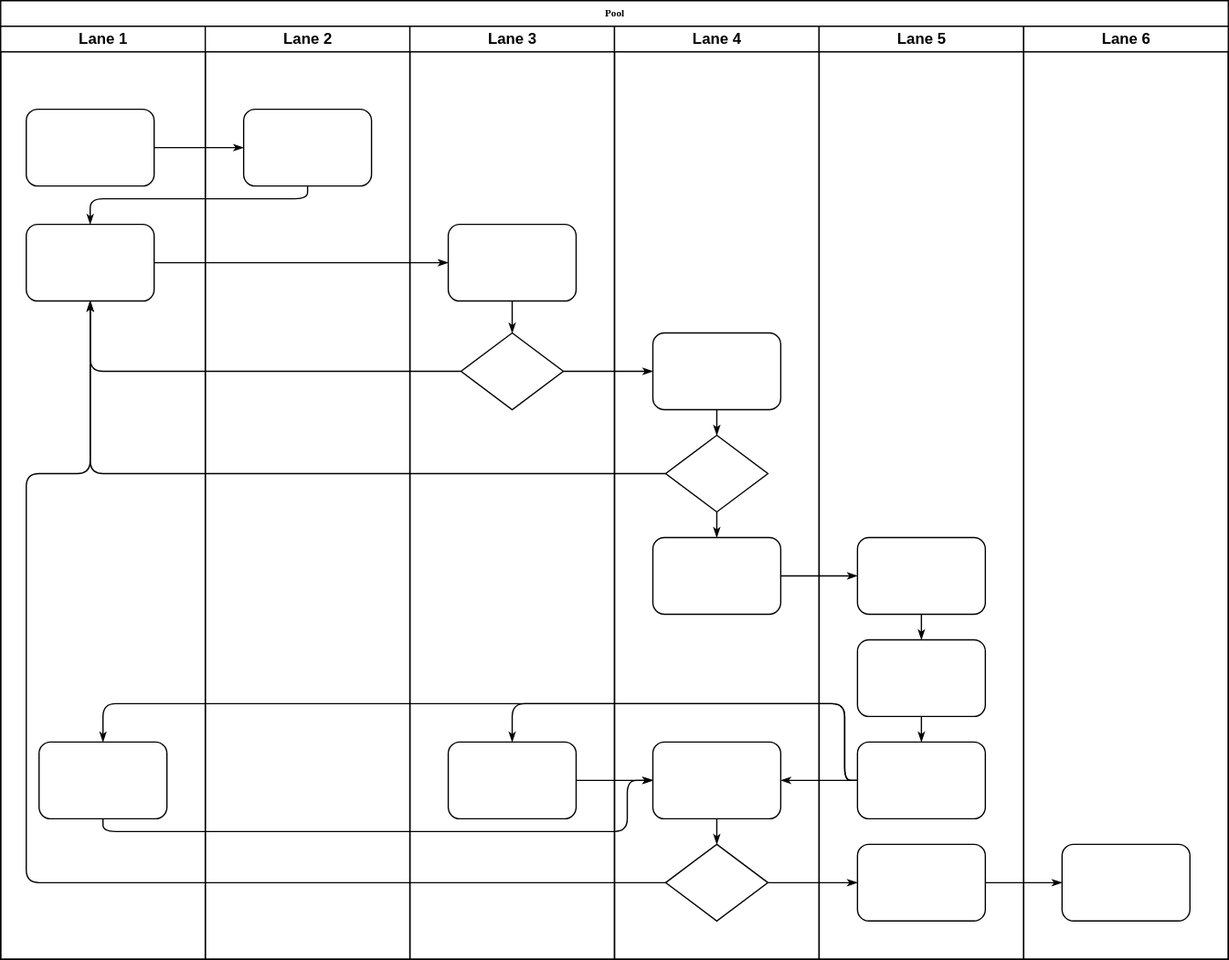
This is 未命名绘图.drawio.svg from shenkongzhixia/math, a draw.io export, as it was before one commit. Source tidied: cells renumbered, new cells last; positions are measured from the earlier drawing's top-left corner, leaving out a move shared by most shapes. Its diagram source:
```xml
<mxGraphModel>
  <root>
    <mxCell id="0" />
    <mxCell id="1" parent="0" />
    <mxCell id="2" value="Pool" style="swimlane;html=1;startSize=20;rounded=0;shadow=0;labelBackgroundColor=none;strokeWidth=1;fontFamily=Verdana;fontSize=8;align=center;" parent="1" vertex="1">
      <mxGeometry width="960" height="750" as="geometry" />
    </mxCell>
    <mxCell id="3" value="Lane 1" style="swimlane;html=1;startSize=20;" parent="2" vertex="1">
      <mxGeometry y="20" width="160" height="730" as="geometry" />
    </mxCell>
    <mxCell id="4" style="rounded=1;whiteSpace=wrap;html=1;shadow=0;labelBackgroundColor=none;strokeWidth=1;fontFamily=Verdana;fontSize=8;align=center;" parent="3" vertex="1">
      <mxGeometry x="20" y="65" width="100" height="60" as="geometry" />
    </mxCell>
    <mxCell id="5" style="rounded=1;whiteSpace=wrap;html=1;shadow=0;labelBackgroundColor=none;strokeWidth=1;fontFamily=Verdana;fontSize=8;align=center;" parent="3" vertex="1">
      <mxGeometry x="20" y="155" width="100" height="60" as="geometry" />
    </mxCell>
    <mxCell id="6" style="rounded=1;whiteSpace=wrap;html=1;shadow=0;labelBackgroundColor=none;strokeWidth=1;fontFamily=Verdana;fontSize=8;align=center;" parent="3" vertex="1">
      <mxGeometry x="30" y="560" width="100" height="60" as="geometry" />
    </mxCell>
    <mxCell id="7" style="edgeStyle=orthogonalEdgeStyle;rounded=1;html=1;labelBackgroundColor=none;startArrow=none;startFill=0;startSize=5;endArrow=classicThin;endFill=1;endSize=5;jettySize=auto;strokeWidth=1;fontFamily=Verdana;fontSize=8;" parent="2" edge="1" source="4" target="23">
      <mxGeometry relative="1" as="geometry" />
    </mxCell>
    <mxCell id="8" style="edgeStyle=orthogonalEdgeStyle;rounded=1;html=1;labelBackgroundColor=none;startArrow=none;startFill=0;startSize=5;endArrow=classicThin;endFill=1;endSize=5;jettySize=auto;strokeWidth=1;fontFamily=Verdana;fontSize=8;" parent="2" edge="1" source="23" target="5">
      <mxGeometry relative="1" as="geometry">
        <Array as="points">
          <mxPoint x="240" y="155" />
          <mxPoint x="70" y="155" />
        </Array>
      </mxGeometry>
    </mxCell>
    <mxCell id="9" style="edgeStyle=orthogonalEdgeStyle;rounded=1;html=1;labelBackgroundColor=none;startArrow=none;startFill=0;startSize=5;endArrow=classicThin;endFill=1;endSize=5;jettySize=auto;strokeWidth=1;fontFamily=Verdana;fontSize=8;" parent="2" edge="1" source="5" target="25">
      <mxGeometry relative="1" as="geometry" />
    </mxCell>
    <mxCell id="10" style="edgeStyle=orthogonalEdgeStyle;rounded=1;html=1;labelBackgroundColor=none;startArrow=none;startFill=0;startSize=5;endArrow=classicThin;endFill=1;endSize=5;jettySize=auto;strokeWidth=1;fontFamily=Verdana;fontSize=8;" parent="2" edge="1" source="26" target="5">
      <mxGeometry relative="1" as="geometry" />
    </mxCell>
    <mxCell id="11" style="edgeStyle=orthogonalEdgeStyle;rounded=1;html=1;labelBackgroundColor=none;startArrow=none;startFill=0;startSize=5;endArrow=classicThin;endFill=1;endSize=5;jettySize=auto;strokeWidth=1;fontFamily=Verdana;fontSize=8;" parent="2" edge="1" source="31" target="5">
      <mxGeometry relative="1" as="geometry" />
    </mxCell>
    <mxCell id="12" style="edgeStyle=orthogonalEdgeStyle;rounded=1;html=1;labelBackgroundColor=none;startArrow=none;startFill=0;startSize=5;endArrow=classicThin;endFill=1;endSize=5;jettySize=auto;strokeWidth=1;fontFamily=Verdana;fontSize=8;" parent="2" edge="1" source="34" target="5">
      <mxGeometry relative="1" as="geometry">
        <Array as="points">
          <mxPoint x="20" y="690" />
          <mxPoint x="20" y="370" />
          <mxPoint x="70" y="370" />
        </Array>
      </mxGeometry>
    </mxCell>
    <mxCell id="13" style="edgeStyle=orthogonalEdgeStyle;rounded=1;html=1;labelBackgroundColor=none;startArrow=none;startFill=0;startSize=5;endArrow=classicThin;endFill=1;endSize=5;jettySize=auto;strokeWidth=1;fontFamily=Verdana;fontSize=8;" parent="2" edge="1" source="26" target="30">
      <mxGeometry relative="1" as="geometry" />
    </mxCell>
    <mxCell id="14" style="edgeStyle=orthogonalEdgeStyle;rounded=1;html=1;labelBackgroundColor=none;startArrow=none;startFill=0;startSize=5;endArrow=classicThin;endFill=1;endSize=5;jettySize=auto;strokeWidth=1;fontFamily=Verdana;fontSize=8;" parent="2" edge="1" source="34" target="42">
      <mxGeometry relative="1" as="geometry" />
    </mxCell>
    <mxCell id="15" style="edgeStyle=orthogonalEdgeStyle;rounded=1;html=1;labelBackgroundColor=none;startArrow=none;startFill=0;startSize=5;endArrow=classicThin;endFill=1;endSize=5;jettySize=auto;strokeWidth=1;fontFamily=Verdana;fontSize=8;" parent="2" edge="1" source="42" target="46">
      <mxGeometry relative="1" as="geometry" />
    </mxCell>
    <mxCell id="16" style="edgeStyle=orthogonalEdgeStyle;rounded=1;html=1;labelBackgroundColor=none;startArrow=none;startFill=0;startSize=5;endArrow=classicThin;endFill=1;endSize=5;jettySize=auto;strokeWidth=1;fontFamily=Verdana;fontSize=8;" parent="2" edge="1" source="32" target="39">
      <mxGeometry relative="1" as="geometry" />
    </mxCell>
    <mxCell id="17" style="edgeStyle=orthogonalEdgeStyle;rounded=1;html=1;labelBackgroundColor=none;startArrow=none;startFill=0;startSize=5;endArrow=classicThin;endFill=1;endSize=5;jettySize=auto;strokeWidth=1;fontFamily=Verdana;fontSize=8;" parent="2" edge="1" source="41" target="27">
      <mxGeometry relative="1" as="geometry">
        <Array as="points">
          <mxPoint x="660" y="610" />
          <mxPoint x="660" y="550" />
          <mxPoint x="400" y="550" />
        </Array>
      </mxGeometry>
    </mxCell>
    <mxCell id="18" style="edgeStyle=orthogonalEdgeStyle;rounded=1;html=1;labelBackgroundColor=none;startArrow=none;startFill=0;startSize=5;endArrow=classicThin;endFill=1;endSize=5;jettySize=auto;strokeColor=#000000;strokeWidth=1;fontFamily=Verdana;fontSize=8;fontColor=#000000;" parent="2" edge="1" source="41" target="33">
      <mxGeometry relative="1" as="geometry" />
    </mxCell>
    <mxCell id="19" style="edgeStyle=orthogonalEdgeStyle;rounded=1;html=1;labelBackgroundColor=none;startArrow=none;startFill=0;startSize=5;endArrow=classicThin;endFill=1;endSize=5;jettySize=auto;strokeWidth=1;fontFamily=Verdana;fontSize=8;" parent="2" edge="1" source="41" target="6">
      <mxGeometry relative="1" as="geometry">
        <Array as="points">
          <mxPoint x="660" y="610" />
          <mxPoint x="660" y="550" />
          <mxPoint x="80" y="550" />
        </Array>
      </mxGeometry>
    </mxCell>
    <mxCell id="20" style="edgeStyle=orthogonalEdgeStyle;rounded=1;html=1;labelBackgroundColor=none;startArrow=none;startFill=0;startSize=5;endArrow=classicThin;endFill=1;endSize=5;jettySize=auto;strokeWidth=1;fontFamily=Verdana;fontSize=8;" parent="2" edge="1" source="6" target="33">
      <mxGeometry relative="1" as="geometry">
        <Array as="points">
          <mxPoint x="80" y="650" />
          <mxPoint x="490" y="650" />
          <mxPoint x="490" y="610" />
        </Array>
      </mxGeometry>
    </mxCell>
    <mxCell id="21" style="edgeStyle=orthogonalEdgeStyle;rounded=1;html=1;labelBackgroundColor=none;startArrow=none;startFill=0;startSize=5;endArrow=classicThin;endFill=1;endSize=5;jettySize=auto;strokeWidth=1;fontFamily=Verdana;fontSize=8;" parent="2" edge="1" source="27" target="33">
      <mxGeometry relative="1" as="geometry" />
    </mxCell>
    <mxCell id="22" value="Lane 2" style="swimlane;html=1;startSize=20;" parent="2" vertex="1">
      <mxGeometry x="160" y="20" width="160" height="730" as="geometry" />
    </mxCell>
    <mxCell id="23" style="rounded=1;whiteSpace=wrap;html=1;shadow=0;labelBackgroundColor=none;strokeWidth=1;fontFamily=Verdana;fontSize=8;align=center;" parent="22" vertex="1">
      <mxGeometry x="30" y="65" width="100" height="60" as="geometry" />
    </mxCell>
    <mxCell id="24" value="Lane 3" style="swimlane;html=1;startSize=20;" parent="2" vertex="1">
      <mxGeometry x="320" y="20" width="160" height="730" as="geometry" />
    </mxCell>
    <mxCell id="25" style="rounded=1;whiteSpace=wrap;html=1;shadow=0;labelBackgroundColor=none;strokeWidth=1;fontFamily=Verdana;fontSize=8;align=center;" parent="24" vertex="1">
      <mxGeometry x="30" y="155" width="100" height="60" as="geometry" />
    </mxCell>
    <mxCell id="26" style="rhombus;whiteSpace=wrap;html=1;rounded=0;shadow=0;labelBackgroundColor=none;strokeWidth=1;fontFamily=Verdana;fontSize=8;align=center;" parent="24" vertex="1">
      <mxGeometry x="40" y="240" width="80" height="60" as="geometry" />
    </mxCell>
    <mxCell id="27" style="rounded=1;whiteSpace=wrap;html=1;shadow=0;labelBackgroundColor=none;strokeWidth=1;fontFamily=Verdana;fontSize=8;align=center;" parent="24" vertex="1">
      <mxGeometry x="30" y="560" width="100" height="60" as="geometry" />
    </mxCell>
    <mxCell id="28" style="edgeStyle=orthogonalEdgeStyle;rounded=1;html=1;labelBackgroundColor=none;startArrow=none;startFill=0;startSize=5;endArrow=classicThin;endFill=1;endSize=5;jettySize=auto;strokeWidth=1;fontFamily=Verdana;fontSize=8;" parent="24" edge="1" source="25" target="26">
      <mxGeometry relative="1" as="geometry" />
    </mxCell>
    <mxCell id="29" value="Lane 4" style="swimlane;html=1;startSize=20;" parent="2" vertex="1">
      <mxGeometry x="480" y="20" width="160" height="730" as="geometry" />
    </mxCell>
    <mxCell id="30" style="rounded=1;whiteSpace=wrap;html=1;shadow=0;labelBackgroundColor=none;strokeWidth=1;fontFamily=Verdana;fontSize=8;align=center;" parent="29" vertex="1">
      <mxGeometry x="30" y="240" width="100" height="60" as="geometry" />
    </mxCell>
    <mxCell id="31" style="rhombus;whiteSpace=wrap;html=1;rounded=0;shadow=0;labelBackgroundColor=none;strokeWidth=1;fontFamily=Verdana;fontSize=8;align=center;" parent="29" vertex="1">
      <mxGeometry x="40" y="320" width="80" height="60" as="geometry" />
    </mxCell>
    <mxCell id="32" style="rounded=1;whiteSpace=wrap;html=1;shadow=0;labelBackgroundColor=none;strokeWidth=1;fontFamily=Verdana;fontSize=8;align=center;" parent="29" vertex="1">
      <mxGeometry x="30" y="400" width="100" height="60" as="geometry" />
    </mxCell>
    <mxCell id="33" style="rounded=1;whiteSpace=wrap;html=1;shadow=0;labelBackgroundColor=none;strokeWidth=1;fontFamily=Verdana;fontSize=8;align=center;" parent="29" vertex="1">
      <mxGeometry x="30" y="560" width="100" height="60" as="geometry" />
    </mxCell>
    <mxCell id="34" style="rhombus;whiteSpace=wrap;html=1;rounded=0;shadow=0;labelBackgroundColor=none;strokeWidth=1;fontFamily=Verdana;fontSize=8;align=center;" parent="29" vertex="1">
      <mxGeometry x="40" y="640" width="80" height="60" as="geometry" />
    </mxCell>
    <mxCell id="35" style="edgeStyle=orthogonalEdgeStyle;rounded=1;html=1;labelBackgroundColor=none;startArrow=none;startFill=0;startSize=5;endArrow=classicThin;endFill=1;endSize=5;jettySize=auto;strokeColor=#000000;strokeWidth=1;fontFamily=Verdana;fontSize=8;fontColor=#000000;" parent="29" edge="1" source="30" target="31">
      <mxGeometry relative="1" as="geometry" />
    </mxCell>
    <mxCell id="36" style="edgeStyle=orthogonalEdgeStyle;rounded=1;html=1;labelBackgroundColor=none;startArrow=none;startFill=0;startSize=5;endArrow=classicThin;endFill=1;endSize=5;jettySize=auto;strokeWidth=1;fontFamily=Verdana;fontSize=8;" parent="29" edge="1" source="31" target="32">
      <mxGeometry relative="1" as="geometry" />
    </mxCell>
    <mxCell id="37" style="edgeStyle=orthogonalEdgeStyle;rounded=1;html=1;labelBackgroundColor=none;startArrow=none;startFill=0;startSize=5;endArrow=classicThin;endFill=1;endSize=5;jettySize=auto;strokeWidth=1;fontFamily=Verdana;fontSize=8;" parent="29" edge="1" source="33" target="34">
      <mxGeometry relative="1" as="geometry" />
    </mxCell>
    <mxCell id="38" value="Lane 5" style="swimlane;html=1;startSize=20;" parent="2" vertex="1">
      <mxGeometry x="640" y="20" width="160" height="730" as="geometry" />
    </mxCell>
    <mxCell id="39" style="rounded=1;whiteSpace=wrap;html=1;shadow=0;labelBackgroundColor=none;strokeWidth=1;fontFamily=Verdana;fontSize=8;align=center;" parent="38" vertex="1">
      <mxGeometry x="30" y="400" width="100" height="60" as="geometry" />
    </mxCell>
    <mxCell id="40" style="rounded=1;whiteSpace=wrap;html=1;shadow=0;labelBackgroundColor=none;strokeWidth=1;fontFamily=Verdana;fontSize=8;align=center;" parent="38" vertex="1">
      <mxGeometry x="30" y="480" width="100" height="60" as="geometry" />
    </mxCell>
    <mxCell id="41" style="rounded=1;whiteSpace=wrap;html=1;shadow=0;labelBackgroundColor=none;strokeWidth=1;fontFamily=Verdana;fontSize=8;align=center;" parent="38" vertex="1">
      <mxGeometry x="30" y="560" width="100" height="60" as="geometry" />
    </mxCell>
    <mxCell id="42" style="rounded=1;whiteSpace=wrap;html=1;shadow=0;labelBackgroundColor=none;strokeWidth=1;fontFamily=Verdana;fontSize=8;align=center;" parent="38" vertex="1">
      <mxGeometry x="30" y="640" width="100" height="60" as="geometry" />
    </mxCell>
    <mxCell id="43" style="edgeStyle=orthogonalEdgeStyle;rounded=1;html=1;labelBackgroundColor=none;startArrow=none;startFill=0;startSize=5;endArrow=classicThin;endFill=1;endSize=5;jettySize=auto;strokeWidth=1;fontFamily=Verdana;fontSize=8;" parent="38" edge="1" source="39" target="40">
      <mxGeometry relative="1" as="geometry" />
    </mxCell>
    <mxCell id="44" style="edgeStyle=orthogonalEdgeStyle;rounded=1;html=1;labelBackgroundColor=none;startArrow=none;startFill=0;startSize=5;endArrow=classicThin;endFill=1;endSize=5;jettySize=auto;strokeWidth=1;fontFamily=Verdana;fontSize=8;" parent="38" edge="1" source="40" target="41">
      <mxGeometry relative="1" as="geometry" />
    </mxCell>
    <mxCell id="45" value="Lane 6" style="swimlane;html=1;startSize=20;" parent="2" vertex="1">
      <mxGeometry x="800" y="20" width="160" height="730" as="geometry" />
    </mxCell>
    <mxCell id="46" style="rounded=1;whiteSpace=wrap;html=1;shadow=0;labelBackgroundColor=none;strokeWidth=1;fontFamily=Verdana;fontSize=8;align=center;" parent="45" vertex="1">
      <mxGeometry x="30" y="640" width="100" height="60" as="geometry" />
    </mxCell>
  </root>
</mxGraphModel>
```
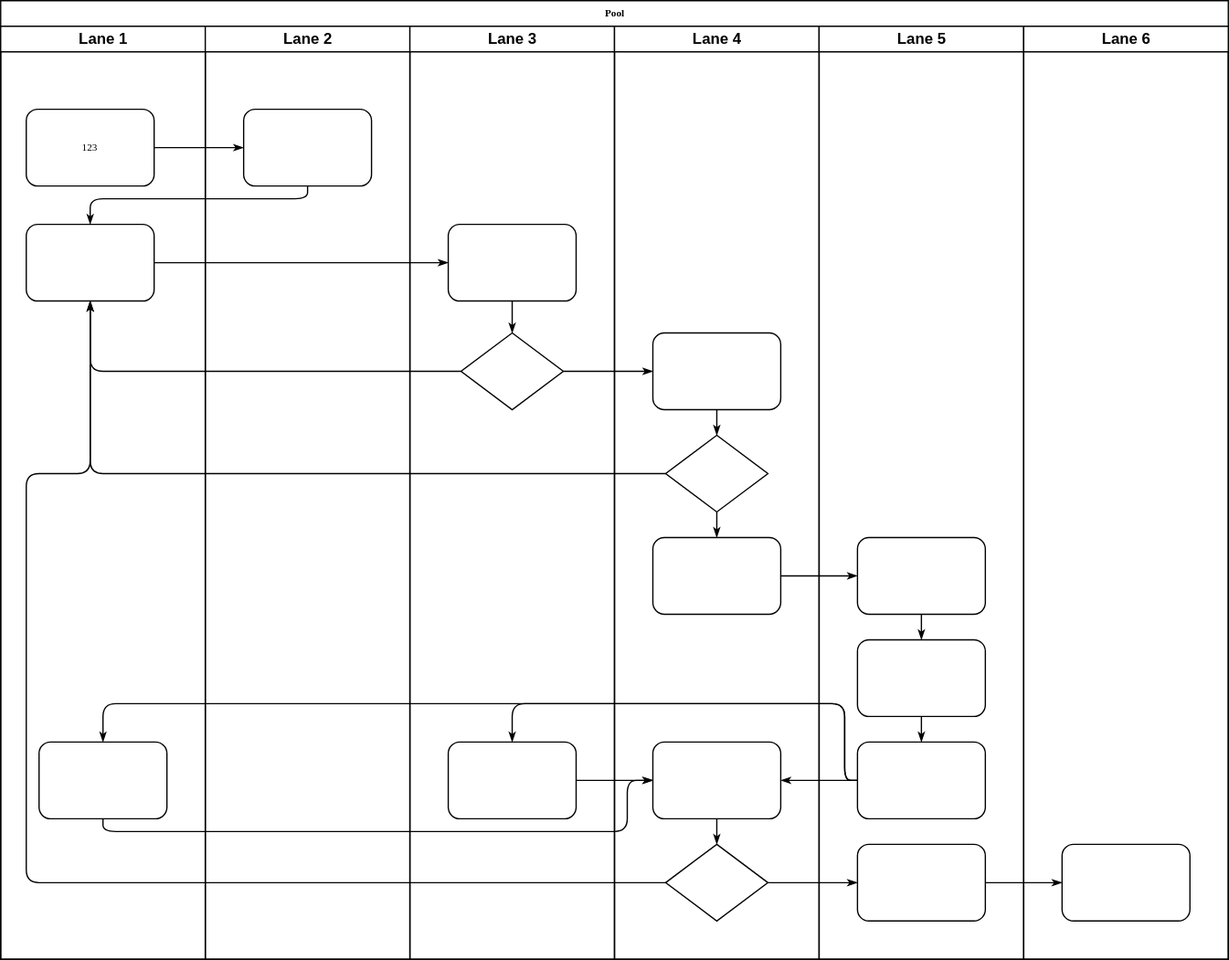
Later version of the same file.

Commit message:
更新未命名绘图.drawio.svg

Diff of the diagram source:
```diff
@@ -8,7 +8,7 @@
     <mxCell id="3" value="Lane 1" style="swimlane;html=1;startSize=20;" parent="2" vertex="1">
       <mxGeometry y="20" width="160" height="730" as="geometry" />
     </mxCell>
-    <mxCell id="4" style="rounded=1;whiteSpace=wrap;html=1;shadow=0;labelBackgroundColor=none;strokeWidth=1;fontFamily=Verdana;fontSize=8;align=center;" parent="3" vertex="1">
+    <mxCell id="4" value="123" style="rounded=1;whiteSpace=wrap;html=1;shadow=0;labelBackgroundColor=none;strokeWidth=1;fontFamily=Verdana;fontSize=8;align=center;" parent="3" vertex="1">
       <mxGeometry x="20" y="65" width="100" height="60" as="geometry" />
     </mxCell>
     <mxCell id="5" style="rounded=1;whiteSpace=wrap;html=1;shadow=0;labelBackgroundColor=none;strokeWidth=1;fontFamily=Verdana;fontSize=8;align=center;" parent="3" vertex="1">
```
